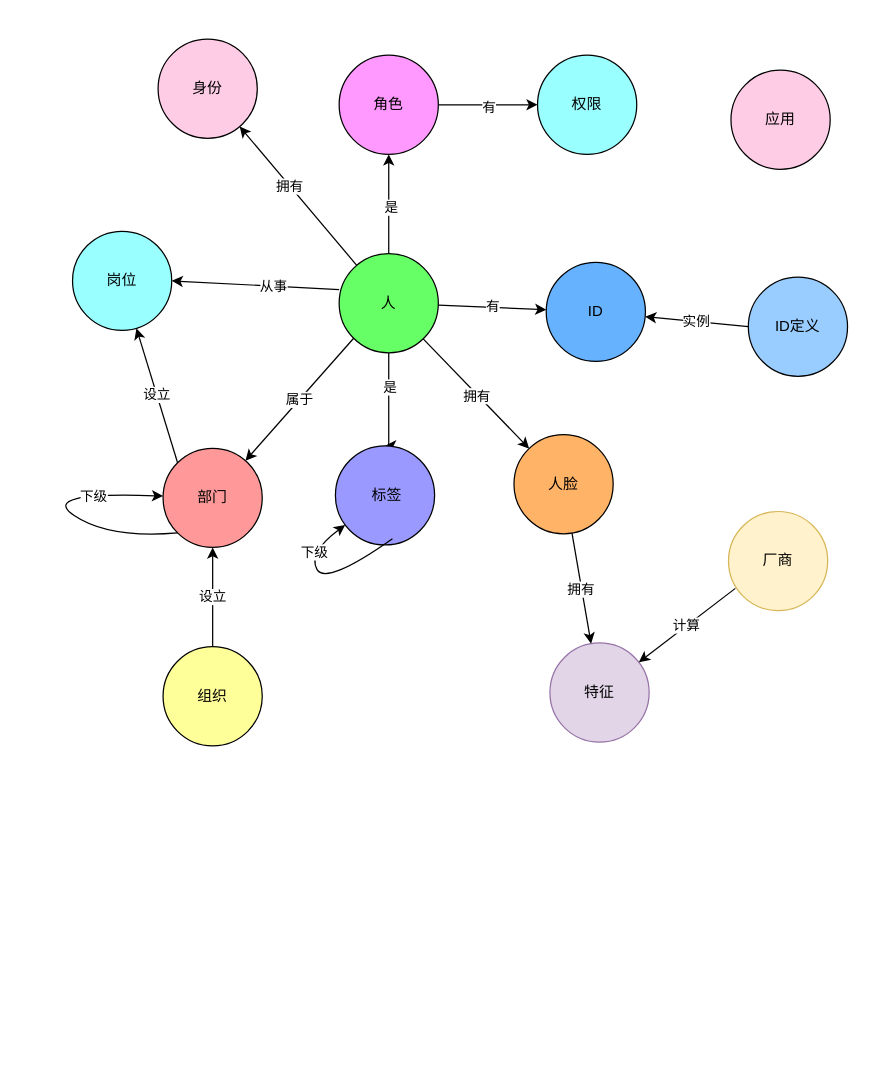
This is graph.drawio from evilbinary/data, a draw.io file, before an edit. Source tidied: cells renumbered, new cells numbered last; positions are measured from the earlier drawing's top-left corner, leaving out a move shared by most shapes. Both pictures are drawn from the tidied source at 124%, with x=0, y=0 at pixel (38, 38).
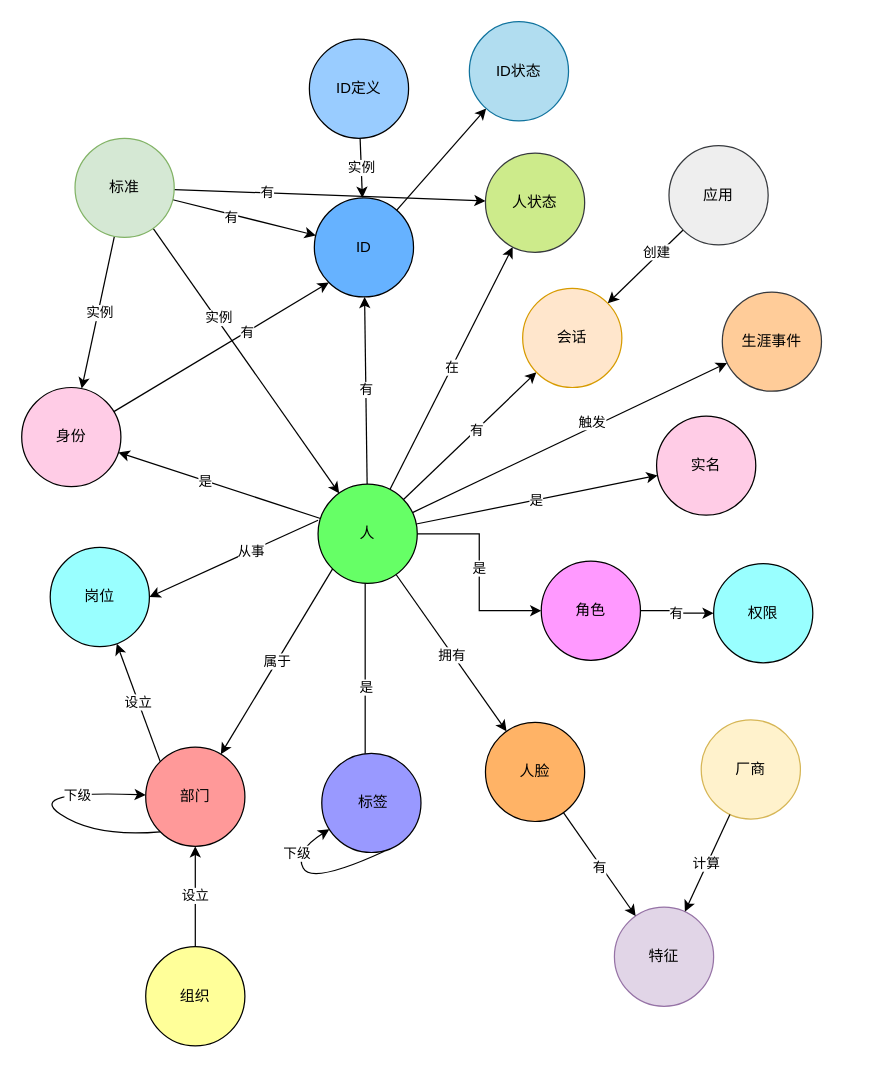
After the change.

The change refers to these unchanged cells:
```xml
<mxCell id="33" style="endArrow=classic;html=1;rounded=0;" parent="1" edge="1" source="9" target="32">
  <mxGeometry relative="1" as="geometry" />
</mxCell>
<mxCell id="37" style="rounded=0;jettySize=auto;html=1;" parent="1" edge="1" source="10" target="36">
  <mxGeometry relative="1" as="geometry" />
</mxCell>
```

Diff of the diagram source:
```diff
@@
     <mxCell id="4" style="edgeStyle=orthogonalEdgeStyle;rounded=0;jettySize=auto;html=1;exitX=0.5;exitY=1;exitDx=0;exitDy=0;entryX=0.5;entryY=0;entryDx=0;entryDy=0;" parent="1" edge="1" source="9" target="11">
       <mxGeometry relative="1" as="geometry">
         <Array as="points">
-          <mxPoint x="282" y="284" />
-          <mxPoint x="282" y="284" />
+          <mxPoint x="263" y="439" />
+          <mxPoint x="263" y="626" />
         </Array>
       </mxGeometry>
     </mxCell>
@@
+    <mxCell id="41" value="是" style="edgeStyle=none;rounded=0;jettySize=auto;html=1;" parent="1" edge="1" source="9" target="61">
+      <mxGeometry relative="1" as="geometry" />
+    </mxCell>
+    <mxCell id="42" style="edgeStyle=none;rounded=0;jettySize=auto;html=1;" parent="1" edge="1" source="9" target="62">
+      <mxGeometry relative="1" as="geometry" />
+    </mxCell>
+    <mxCell id="43" value="有" style="edgeLabel;html=1;align=center;verticalAlign=middle;" parent="42" vertex="1">
+      <mxGeometry x="0.09" relative="1" as="geometry" />
+    </mxCell>
+    <mxCell id="44" value="在" style="edgeStyle=none;rounded=0;jettySize=auto;html=1;" parent="1" edge="1" source="9" target="63">
+      <mxGeometry relative="1" as="geometry" />
+    </mxCell>
+    <mxCell id="45" style="edgeStyle=none;rounded=0;jettySize=auto;html=1;" parent="1" edge="1" source="9" target="64">
+      <mxGeometry relative="1" as="geometry" />
+    </mxCell>
+    <mxCell id="46" value="触发" style="edgeLabel;html=1;align=center;verticalAlign=middle;" parent="45" vertex="1">
+      <mxGeometry x="0.15" y="4" relative="1" as="geometry" />
+    </mxCell>
     <mxCell id="9" value="人" style="ellipse;whiteSpace=wrap;html=1;fillColor=#66FF66;" parent="1" vertex="1">
-      <mxGeometry x="242" y="173" width="80" height="80" as="geometry" />
+      <mxGeometry x="225" y="359" width="80" height="80" as="geometry" />
     </mxCell>
     <mxCell id="10" value="人脸" style="ellipse;whiteSpace=wrap;html=1;fillColor=#FFB366;" parent="1" vertex="1">
-      <mxGeometry x="383" y="319" width="80" height="80" as="geometry" />
+      <mxGeometry x="360" y="551" width="80" height="80" as="geometry" />
     </mxCell>
     <mxCell id="11" value="&amp;nbsp;标签" style="ellipse;whiteSpace=wrap;html=1;fillColor=#9999FF;" parent="1" vertex="1">
-      <mxGeometry x="239" y="328" width="80" height="80" as="geometry" />
+      <mxGeometry x="228" y="576" width="80" height="80" as="geometry" />
     </mxCell>
@@
     <mxCell id="13" value="部门" style="ellipse;whiteSpace=wrap;html=1;fillColor=#FF9999;" parent="1" vertex="1">
-      <mxGeometry x="100" y="330" width="80" height="80" as="geometry" />
+      <mxGeometry x="86" y="571" width="80" height="80" as="geometry" />
     </mxCell>
     <mxCell id="14" value="组织" style="ellipse;whiteSpace=wrap;html=1;fillColor=#FFFF99;" parent="1" vertex="1">
-      <mxGeometry x="100" y="490" width="80" height="80" as="geometry" />
+      <mxGeometry x="86" y="732" width="80" height="80" as="geometry" />
     </mxCell>
     <mxCell id="15" style="curved=1;endArrow=classic;html=1;rounded=0;exitX=0;exitY=1;exitDx=0;exitDy=0;" parent="1" edge="1" source="13" target="13">
       <mxGeometry relative="1" as="geometry">
         <Array as="points">
-          <mxPoint x="56" y="403" />
-          <mxPoint y="365" />
+          <mxPoint x="45" y="644" />
+          <mxPoint x="-11" y="606" />
         </Array>
       </mxGeometry>
     </mxCell>
@@
     <mxCell id="19" value="角色" style="ellipse;whiteSpace=wrap;html=1;fillColor=#FF99FF;" parent="1" vertex="1">
-      <mxGeometry x="242" y="13" width="80" height="80" as="geometry" />
+      <mxGeometry x="405" y="421" width="80" height="80" as="geometry" />
     </mxCell>
     <mxCell id="20" value="权限" style="ellipse;whiteSpace=wrap;html=1;fillColor=#99FFFF;" parent="1" vertex="1">
-      <mxGeometry x="402" y="13" width="80" height="80" as="geometry" />
+      <mxGeometry x="544" y="423" width="80" height="80" as="geometry" />
     </mxCell>
     <mxCell id="21" value="岗位" style="ellipse;whiteSpace=wrap;html=1;fillColor=#99FFFF;" parent="1" vertex="1">
-      <mxGeometry x="27" y="155" width="80" height="80" as="geometry" />
+      <mxGeometry x="9" y="410" width="80" height="80" as="geometry" />
     </mxCell>
@@
-    <mxCell id="25" style="curved=1;endArrow=classic;html=1;rounded=0;" parent="1" edge="1" target="11">
+    <mxCell id="25" style="curved=1;endArrow=classic;html=1;rounded=0;exitX=0.631;exitY=0.988;exitDx=0;exitDy=0;exitPerimeter=0;" parent="1" edge="1" source="11" target="11">
       <mxGeometry relative="1" as="geometry">
-        <mxPoint x="285" y="403" as="sourcePoint" />
         <Array as="points">
-          <mxPoint x="231" y="441" />
-          <mxPoint x="217" y="414" />
+          <mxPoint x="220" y="682" />
+          <mxPoint x="206" y="655" />
         </Array>
       </mxGeometry>
     </mxCell>
@@
-    <mxCell id="28" value="实例" style="rounded=0;jettySize=auto;html=1;exitX=0;exitY=0.5;exitDx=0;exitDy=0;" parent="1" edge="1" source="30" target="29">
+    <mxCell id="28" value="实例" style="rounded=0;jettySize=auto;html=1;" parent="1" edge="1" source="30" target="29">
       <mxGeometry relative="1" as="geometry" />
     </mxCell>
+    <mxCell id="47" style="edgeStyle=none;rounded=0;jettySize=auto;html=1;" parent="1" edge="1" source="29" target="65">
+      <mxGeometry relative="1" as="geometry" />
+    </mxCell>
     <mxCell id="29" value="ID" style="ellipse;whiteSpace=wrap;html=1;fillColor=#66B2FF;" parent="1" vertex="1">
-      <mxGeometry x="409" y="180" width="80" height="80" as="geometry" />
+      <mxGeometry x="222" y="128" width="80" height="80" as="geometry" />
     </mxCell>
     <mxCell id="30" value="ID定义" style="ellipse;whiteSpace=wrap;html=1;fillColor=#99CCFF;" parent="1" vertex="1">
-      <mxGeometry x="572" y="192" width="80" height="80" as="geometry" />
+      <mxGeometry x="218" width="80" height="80" as="geometry" />
     </mxCell>
+    <mxCell id="48" style="edgeStyle=none;rounded=0;jettySize=auto;html=1;" parent="1" edge="1" source="31" target="62">
+      <mxGeometry relative="1" as="geometry" />
+    </mxCell>
+    <mxCell id="49" value="创建" style="edgeLabel;html=1;align=center;verticalAlign=middle;" parent="48" vertex="1">
+      <mxGeometry x="-0.33" y="-3" relative="1" as="geometry" />
+    </mxCell>
-    <mxCell id="31" value="应用" style="ellipse;whiteSpace=wrap;html=1;fillColor=#FFCCE6;" parent="1" vertex="1">
-      <mxGeometry x="558" y="25" width="80" height="80" as="geometry" />
+    <mxCell id="31" value="应用" style="ellipse;whiteSpace=wrap;html=1;fillColor=#eeeeee;strokeColor=#36393d;" parent="1" vertex="1">
+      <mxGeometry x="508" y="86" width="80" height="80" as="geometry" />
     </mxCell>
+    <mxCell id="50" style="edgeStyle=none;rounded=0;jettySize=auto;html=1;entryX=0;entryY=1;entryDx=0;entryDy=0;" parent="1" edge="1" source="32" target="29">
+      <mxGeometry relative="1" as="geometry" />
+    </mxCell>
+    <mxCell id="51" value="有" style="edgeLabel;html=1;align=center;verticalAlign=middle;" parent="50" vertex="1">
+      <mxGeometry x="0.24" relative="1" as="geometry" />
+    </mxCell>
     <mxCell id="32" value="身份" style="ellipse;whiteSpace=wrap;html=1;fillColor=#FFCCE6;" parent="1" vertex="1">
-      <mxGeometry x="96" width="80" height="80" as="geometry" />
+      <mxGeometry x="-14" y="281" width="80" height="80" as="geometry" />
     </mxCell>
@@
-    <mxCell id="34" value="拥有" style="edgeLabel;html=1;align=center;verticalAlign=middle;" parent="33" vertex="1">
+    <mxCell id="34" value="是" style="edgeLabel;html=1;align=center;verticalAlign=middle;" parent="33" vertex="1">
       <mxGeometry x="0.14" y="1" relative="1" as="geometry">
         <mxPoint y="-1" as="offset" />
       </mxGeometry>
     </mxCell>
     <mxCell id="35" value="厂商" style="ellipse;whiteSpace=wrap;html=1;fillColor=#fff2cc;strokeColor=#d6b656;" parent="1" vertex="1">
-      <mxGeometry x="556" y="381" width="80" height="80" as="geometry" />
+      <mxGeometry x="534" y="549" width="80" height="80" as="geometry" />
     </mxCell>
     <mxCell id="36" value="特征" style="ellipse;whiteSpace=wrap;html=1;fillColor=#e1d5e7;strokeColor=#9673a6;" parent="1" vertex="1">
-      <mxGeometry x="412" y="487" width="80" height="80" as="geometry" />
+      <mxGeometry x="464" y="700" width="80" height="80" as="geometry" />
     </mxCell>
@@
-    <mxCell id="38" value="拥有" style="edgeLabel;html=1;align=center;verticalAlign=middle;" parent="37" vertex="1">
+    <mxCell id="38" value="有" style="edgeLabel;html=1;align=center;verticalAlign=middle;" parent="37" vertex="1">
       <mxGeometry x="0.02" y="-1" relative="1" as="geometry" />
     </mxCell>
-    <mxCell id="39" style="rounded=0;jettySize=auto;html=1;exitX=0.069;exitY=0.775;exitDx=0;exitDy=0;exitPerimeter=0;" parent="1" edge="1" source="35" target="36">
+    <mxCell id="39" style="rounded=0;jettySize=auto;html=1;" parent="1" edge="1" source="35" target="36">
       <mxGeometry relative="1" as="geometry" />
     </mxCell>
@@
+    <mxCell id="52" style="edgeStyle=none;rounded=0;jettySize=auto;html=1;" parent="1" edge="1" source="60" target="32">
+      <mxGeometry relative="1" as="geometry" />
+    </mxCell>
+    <mxCell id="53" value="实例" style="edgeLabel;html=1;align=center;verticalAlign=middle;" parent="52" vertex="1">
+      <mxGeometry x="0.02" y="1" relative="1" as="geometry">
+        <mxPoint y="-1" as="offset" />
+      </mxGeometry>
+    </mxCell>
+    <mxCell id="54" style="edgeStyle=none;rounded=0;jettySize=auto;html=1;" parent="1" edge="1" source="60" target="29">
+      <mxGeometry relative="1" as="geometry" />
+    </mxCell>
+    <mxCell id="55" value="有" style="edgeLabel;html=1;align=center;verticalAlign=middle;" parent="54" vertex="1">
+      <mxGeometry x="-0.17" y="-2" relative="1" as="geometry" />
+    </mxCell>
+    <mxCell id="56" style="edgeStyle=none;rounded=0;jettySize=auto;html=1;" parent="1" edge="1" source="60" target="9">
+      <mxGeometry relative="1" as="geometry" />
+    </mxCell>
+    <mxCell id="57" value="实例" style="edgeLabel;html=1;align=center;verticalAlign=middle;" parent="56" vertex="1">
+      <mxGeometry x="-0.32" y="1" relative="1" as="geometry">
+        <mxPoint x="1" as="offset" />
+      </mxGeometry>
+    </mxCell>
+    <mxCell id="58" style="edgeStyle=none;rounded=0;jettySize=auto;html=1;" parent="1" edge="1" source="60" target="63">
+      <mxGeometry relative="1" as="geometry" />
+    </mxCell>
+    <mxCell id="59" value="有" style="edgeLabel;html=1;align=center;verticalAlign=middle;" parent="58" vertex="1">
+      <mxGeometry x="-0.4" y="1" relative="1" as="geometry" />
+    </mxCell>
+    <mxCell id="60" value="标准" style="ellipse;whiteSpace=wrap;html=1;fillColor=#d5e8d4;strokeColor=#82b366;" parent="1" vertex="1">
+      <mxGeometry x="29" y="80" width="80" height="80" as="geometry" />
+    </mxCell>
+    <mxCell id="61" value="实名" style="ellipse;whiteSpace=wrap;html=1;fillColor=#FFCCE6;" parent="1" vertex="1">
+      <mxGeometry x="498" y="304" width="80" height="80" as="geometry" />
+    </mxCell>
+    <mxCell id="62" value="会话" style="ellipse;whiteSpace=wrap;html=1;fillColor=#ffe6cc;strokeColor=#d79b00;" parent="1" vertex="1">
+      <mxGeometry x="390" y="201" width="80" height="80" as="geometry" />
+    </mxCell>
+    <mxCell id="63" value="人状态" style="ellipse;whiteSpace=wrap;html=1;fillColor=#cdeb8b;strokeColor=#36393d;" parent="1" vertex="1">
+      <mxGeometry x="360" y="92" width="80" height="80" as="geometry" />
+    </mxCell>
+    <mxCell id="64" value="生涯事件" style="ellipse;whiteSpace=wrap;html=1;fillColor=#ffcc99;strokeColor=#36393d;" parent="1" vertex="1">
+      <mxGeometry x="551" y="204" width="80" height="80" as="geometry" />
+    </mxCell>
+    <mxCell id="65" value="ID状态" style="ellipse;whiteSpace=wrap;html=1;fillColor=#b1ddf0;strokeColor=#10739e;" parent="1" vertex="1">
+      <mxGeometry x="347" y="-14" width="80" height="80" as="geometry" />
+    </mxCell>
```
